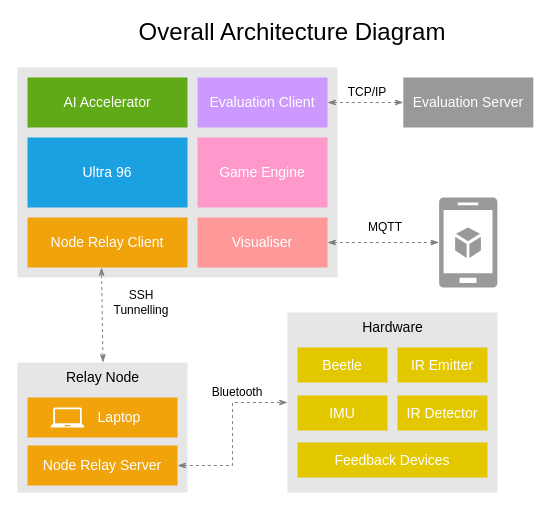
Above: Diagrams/Overall Architecture.drawio in J0shuaLeong/CG4002 (draw.io), before the change. Source tidied: cells renumbered, new cells numbered last; positions are measured from the earlier drawing's top-left corner, leaving out a move shared by most shapes. Both pictures are drawn from the tidied source at 100%, with x=0, y=0 at pixel (17, 17).
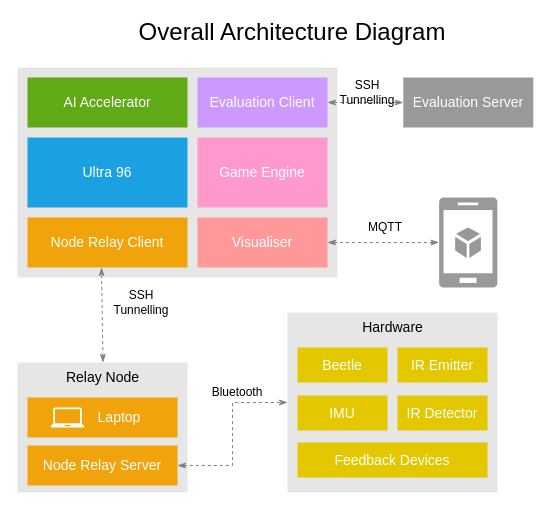
The same diagram, later.

Commit message (it also covers changes not shown here):
edited overall diagram

Change to the diagram source:
```diff
@@
-    <mxCell id="31" value="TCP/IP" style="text;html=1;align=center;verticalAlign=middle;whiteSpace=wrap;rounded=0;" parent="1" vertex="1">
+    <mxCell id="31" value="SSH Tunnelling" style="text;html=1;align=center;verticalAlign=middle;whiteSpace=wrap;rounded=0;" parent="1" vertex="1">
       <mxGeometry x="320" y="60" width="60" height="30" as="geometry" />
     </mxCell>
```
